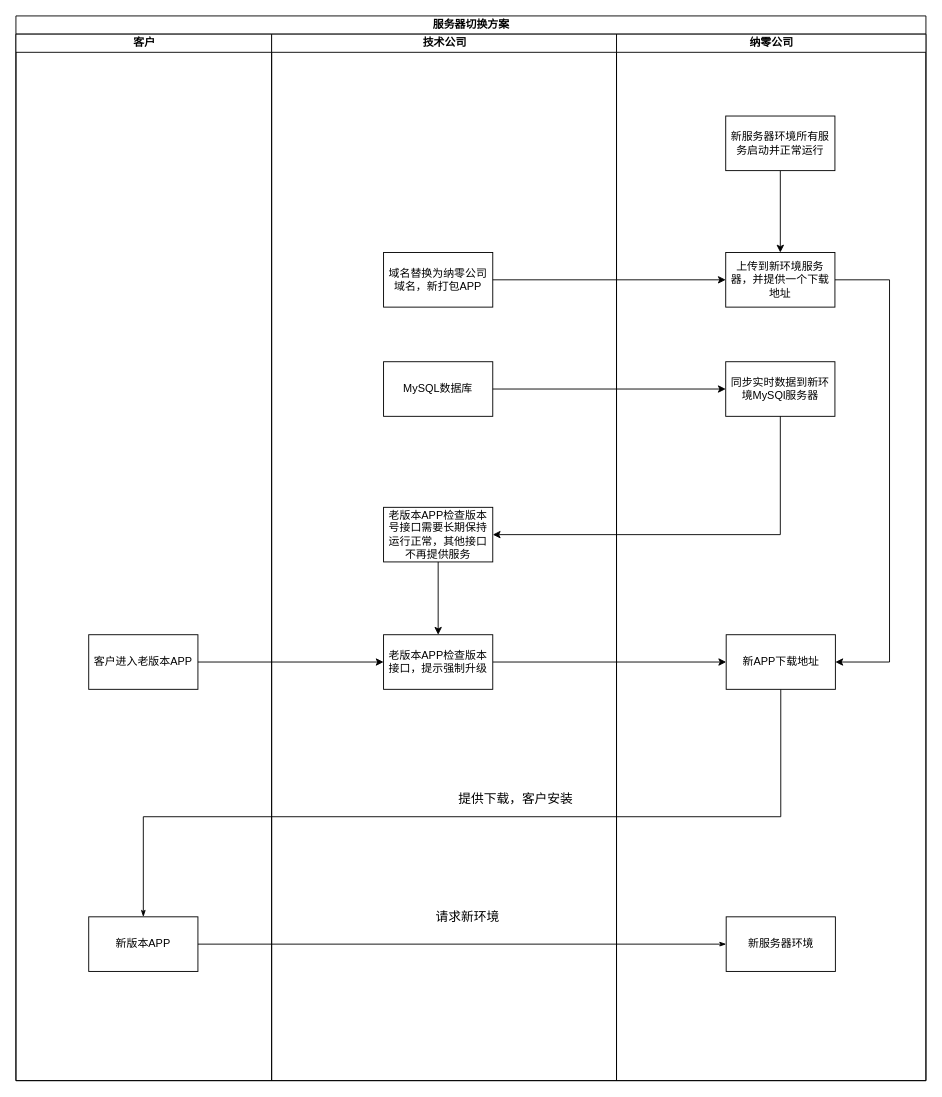
Earlier version of the draw.io diagram 王者系统/服务器切换方案2022-10-11.drawio (fuliang10000/nl_files). Source tidied: cells renumbered, new cells numbered last; positions are measured from the earlier drawing's top-left corner, leaving out a move shared by most shapes. Both pictures are drawn from the tidied source at 91%, with x=0, y=0 at pixel (15, 15).
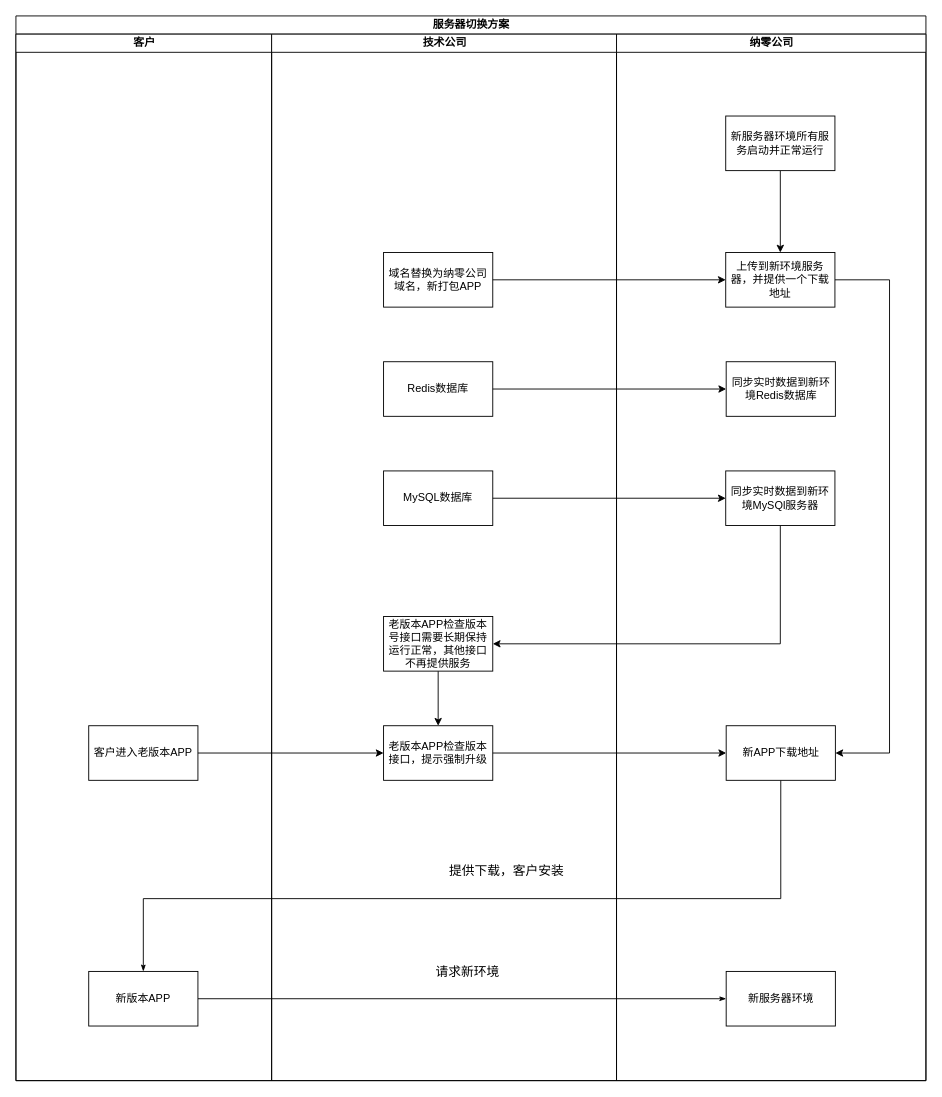
Above is the later version.

The change refers to these unchanged cells:
```xml
<mxCell id="2" value="服务器切换方案" style="swimlane;html=1;startSize=20;" parent="1" vertex="1">
  <mxGeometry width="1000" height="1170" as="geometry" />
</mxCell>
<mxCell id="3" value="客户" style="swimlane;html=1;startSize=20;" parent="2" vertex="1">
  <mxGeometry y="20" width="281" height="1150" as="geometry" />
</mxCell>
<mxCell id="10" value="技术公司" style="swimlane;html=1;startSize=20;" parent="2" vertex="1">
  <mxGeometry x="281" y="20" width="379" height="1150" as="geometry" />
</mxCell>
<mxCell id="18" value="纳零公司" style="swimlane;html=1;startSize=20;" parent="2" vertex="1">
  <mxGeometry x="660" y="20" width="340" height="1150" as="geometry" />
</mxCell>
<mxCell id="21" value="上传到新环境服务器，并提供一个下载地址" style="rounded=0;whiteSpace=wrap;html=1;" parent="18" vertex="1">
  <mxGeometry x="120" y="240" width="120" height="60" as="geometry" />
</mxCell>
```

Change to the diagram source:
```diff
@@
+    <mxCell id="9" value="&lt;font style=&quot;font-size: 14px&quot;&gt;请求新环境&lt;/font&gt;" style="edgeStyle=orthogonalEdgeStyle;rounded=0;html=1;labelBackgroundColor=none;startArrow=none;startFill=0;startSize=5;endArrow=classicThin;endFill=1;endSize=5;jettySize=auto;strokeColor=#000000;strokeWidth=1;fontFamily=Verdana;fontSize=8;fontColor=#000000;entryX=0;entryY=0.5;entryDx=0;entryDy=0;exitX=1;exitY=0.5;exitDx=0;exitDy=0;" parent="2" edge="1" source="5" target="25">
+      <mxGeometry x="0.02" y="30" relative="1" as="geometry" />
+    </mxCell>
@@
     <mxCell id="4" value="客户进入老版本APP" style="rounded=0;whiteSpace=wrap;html=1;" parent="3" vertex="1">
-      <mxGeometry x="80" y="660" width="120" height="60" as="geometry" />
+      <mxGeometry x="80" y="760" width="120" height="60" as="geometry" />
     </mxCell>
     <mxCell id="5" value="新版本APP" style="rounded=0;whiteSpace=wrap;html=1;" parent="3" vertex="1">
-      <mxGeometry x="80" y="970" width="120" height="60" as="geometry" />
+      <mxGeometry x="80" y="1030" width="120" height="60" as="geometry" />
     </mxCell>
-    <mxCell id="6" style="edgeStyle=orthogonalEdgeStyle;rounded=0;jettySize=auto;html=1;entryX=0;entryY=0.5;entryDx=0;entryDy=0;" parent="2" edge="1" source="4" target="14">
-      <mxGeometry relative="1" as="geometry" />
-    </mxCell>
-    <mxCell id="7" style="edgeStyle=orthogonalEdgeStyle;rounded=0;jettySize=auto;html=1;entryX=0;entryY=0.5;entryDx=0;entryDy=0;" parent="2" edge="1" source="14" target="24">
-      <mxGeometry relative="1" as="geometry" />
-    </mxCell>
     <mxCell id="8" value="&lt;font style=&quot;font-size: 14px&quot;&gt;提供下载，客户安装&lt;/font&gt;" style="edgeStyle=orthogonalEdgeStyle;rounded=0;html=1;labelBackgroundColor=none;startArrow=none;startFill=0;startSize=5;endArrow=classicThin;endFill=1;endSize=5;jettySize=auto;strokeColor=#000000;strokeWidth=1;fontFamily=Verdana;fontSize=8;fontColor=#000000;entryX=0.5;entryY=0;entryDx=0;entryDy=0;exitX=0.5;exitY=1;exitDx=0;exitDy=0;" parent="2" edge="1" source="24" target="5">
-      <mxGeometry x="-0.09" y="-20" relative="1" as="geometry">
+      <mxGeometry x="-0.05" y="-30" relative="1" as="geometry">
         <Array as="points">
-          <mxPoint x="841" y="880" />
-          <mxPoint x="140" y="880" />
+          <mxPoint x="841" y="970" />
+          <mxPoint x="140" y="970" />
         </Array>
       </mxGeometry>
     </mxCell>
-    <mxCell id="9" value="&lt;font style=&quot;font-size: 14px&quot;&gt;请求新环境&lt;/font&gt;" style="edgeStyle=orthogonalEdgeStyle;rounded=0;html=1;labelBackgroundColor=none;startArrow=none;startFill=0;startSize=5;endArrow=classicThin;endFill=1;endSize=5;jettySize=auto;strokeColor=#000000;strokeWidth=1;fontFamily=Verdana;fontSize=8;fontColor=#000000;entryX=0;entryY=0.5;entryDx=0;entryDy=0;exitX=1;exitY=0.5;exitDx=0;exitDy=0;" parent="2" edge="1" source="5" target="25">
-      <mxGeometry x="0.02" y="30" relative="1" as="geometry" />
-    </mxCell>
@@
     <mxCell id="12" value="&lt;span style=&quot;white-space: normal&quot;&gt;老版本APP检查版本号接口需要长期保持运行正常，其他接口不再提供服务&lt;br&gt;&lt;/span&gt;" style="rounded=0;whiteSpace=wrap;html=1;" parent="10" vertex="1">
-      <mxGeometry x="123" y="520" width="120" height="60" as="geometry" />
+      <mxGeometry x="123" y="640" width="120" height="60" as="geometry" />
     </mxCell>
@@
     <mxCell id="14" value="老版本APP检查版本接口，提示强制升级" style="rounded=0;whiteSpace=wrap;html=1;" parent="10" vertex="1">
-      <mxGeometry x="123" y="660" width="120" height="60" as="geometry" />
+      <mxGeometry x="123" y="760" width="120" height="60" as="geometry" />
     </mxCell>
     <mxCell id="15" value="MySQL数据库" style="rounded=0;whiteSpace=wrap;html=1;" parent="10" vertex="1">
-      <mxGeometry x="123" y="360" width="120" height="60" as="geometry" />
+      <mxGeometry x="123" y="480" width="120" height="60" as="geometry" />
     </mxCell>
+    <mxCell id="27" value="Redis数据库" style="rounded=0;whiteSpace=wrap;html=1;" parent="10" vertex="1">
+      <mxGeometry x="123" y="360" width="120" height="60" as="geometry" />
+    </mxCell>
@@
+    <mxCell id="6" style="edgeStyle=orthogonalEdgeStyle;rounded=0;jettySize=auto;html=1;entryX=0;entryY=0.5;entryDx=0;entryDy=0;" parent="2" edge="1" source="4" target="14">
+      <mxGeometry relative="1" as="geometry" />
+    </mxCell>
+    <mxCell id="7" style="edgeStyle=orthogonalEdgeStyle;rounded=0;jettySize=auto;html=1;entryX=0;entryY=0.5;entryDx=0;entryDy=0;" parent="2" edge="1" source="14" target="24">
+      <mxGeometry relative="1" as="geometry" />
+    </mxCell>
@@
+    <mxCell id="26" style="edgeStyle=orthogonalEdgeStyle;rounded=0;jettySize=auto;html=1;entryX=1;entryY=0.5;entryDx=0;entryDy=0;" parent="2" edge="1" source="19" target="12">
+      <mxGeometry relative="1" as="geometry">
+        <Array as="points">
+          <mxPoint x="840" y="690" />
+        </Array>
+      </mxGeometry>
+    </mxCell>
@@
     <mxCell id="19" value="&lt;span style=&quot;white-space: normal&quot;&gt;同步实时数据到新环境MySQl服务器&lt;/span&gt;" style="rounded=0;whiteSpace=wrap;html=1;" parent="18" vertex="1">
-      <mxGeometry x="120" y="360" width="120" height="60" as="geometry" />
+      <mxGeometry x="120" y="480" width="120" height="60" as="geometry" />
     </mxCell>
     <mxCell id="20" style="edgeStyle=orthogonalEdgeStyle;rounded=0;jettySize=auto;html=1;entryX=1;entryY=0.5;entryDx=0;entryDy=0;" parent="18" edge="1" source="21" target="24">
       <mxGeometry relative="1" as="geometry">
         <Array as="points">
           <mxPoint x="300" y="270" />
-          <mxPoint x="300" y="690" />
+          <mxPoint x="300" y="790" />
         </Array>
       </mxGeometry>
     </mxCell>
@@
     <mxCell id="24" value="新APP下载地址" style="rounded=0;whiteSpace=wrap;html=1;" parent="18" vertex="1">
-      <mxGeometry x="120.5" y="660" width="120" height="60" as="geometry" />
+      <mxGeometry x="120.5" y="760" width="120" height="60" as="geometry" />
     </mxCell>
     <mxCell id="25" value="新服务器环境" style="rounded=0;whiteSpace=wrap;html=1;" parent="18" vertex="1">
-      <mxGeometry x="120.5" y="970" width="120" height="60" as="geometry" />
+      <mxGeometry x="120.5" y="1030" width="120" height="60" as="geometry" />
     </mxCell>
-    <mxCell id="26" style="edgeStyle=orthogonalEdgeStyle;rounded=0;jettySize=auto;html=1;entryX=1;entryY=0.5;entryDx=0;entryDy=0;" parent="2" edge="1" source="19" target="12">
-      <mxGeometry relative="1" as="geometry">
-        <Array as="points">
-          <mxPoint x="840" y="570" />
-        </Array>
-      </mxGeometry>
-    </mxCell>
+    <mxCell id="28" value="同步实时数据到新环境Redis数据库" style="rounded=0;whiteSpace=wrap;html=1;" parent="18" vertex="1">
+      <mxGeometry x="120.5" y="360" width="120" height="60" as="geometry" />
+    </mxCell>
+    <mxCell id="29" style="edgeStyle=orthogonalEdgeStyle;rounded=0;jettySize=auto;html=1;entryX=0;entryY=0.5;entryDx=0;entryDy=0;" parent="2" edge="1" source="27" target="28">
+      <mxGeometry relative="1" as="geometry" />
+    </mxCell>
```
